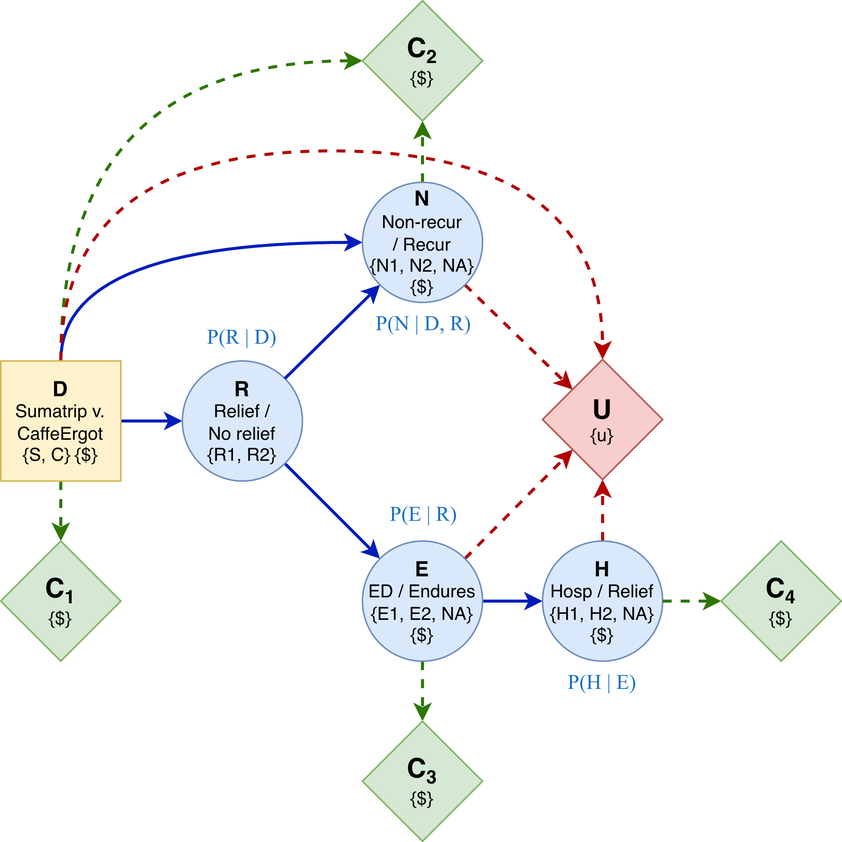
The draw.io diagram nb/Evans1997/img_evans1997_Influence_Diagram_V2.drawio.png in di4health/di4h, before a commit. Source tidied: cells renumbered, new cells last; positions are measured from the earlier drawing's top-left corner, leaving out a move shared by most shapes. Its diagram source:
```xml
<mxGraphModel>
  <root>
    <mxCell id="0" />
    <mxCell id="1" parent="0" />
    <mxCell id="2" style="rounded=0;jettySize=auto;html=1;entryX=1;entryY=0.5;entryDx=0;entryDy=0;fillColor=#0050ef;strokeColor=#001DBC;strokeWidth=2;exitX=0;exitY=0.5;exitDx=0;exitDy=0;fontColor=#1971C2;" parent="1" edge="1" source="7" target="16">
      <mxGeometry relative="1" as="geometry" />
    </mxCell>
    <mxCell id="3" style="edgeStyle=orthogonalEdgeStyle;rounded=0;jettySize=auto;html=1;exitX=0.5;exitY=1;exitDx=0;exitDy=0;entryX=1;entryY=0.5;entryDx=0;entryDy=0;curved=1;fillColor=#0050ef;strokeColor=#001DBC;strokeWidth=2;fontColor=#1971C2;" parent="1" edge="1" source="7" target="10">
      <mxGeometry relative="1" as="geometry" />
    </mxCell>
    <mxCell id="4" style="rounded=0;jettySize=auto;html=1;exitX=0.5;exitY=0;exitDx=0;exitDy=0;fillColor=#60a917;strokeColor=#2D7600;strokeWidth=2;dashed=1;entryX=0.5;entryY=1;entryDx=0;entryDy=0;" parent="1" edge="1" source="7" target="29">
      <mxGeometry relative="1" as="geometry" />
    </mxCell>
    <mxCell id="5" style="edgeStyle=orthogonalEdgeStyle;rounded=0;jettySize=auto;html=1;exitX=0.5;exitY=1;exitDx=0;exitDy=0;entryX=1;entryY=0.5;entryDx=0;entryDy=0;curved=1;fillColor=#60a917;strokeColor=#2D7600;dashed=1;strokeWidth=2;" parent="1" edge="1" source="7" target="28">
      <mxGeometry relative="1" as="geometry" />
    </mxCell>
    <mxCell id="6" style="edgeStyle=orthogonalEdgeStyle;rounded=0;jettySize=auto;html=1;exitX=0.5;exitY=1;exitDx=0;exitDy=0;entryX=0.5;entryY=1;entryDx=0;entryDy=0;curved=1;dashed=1;strokeWidth=2;fillColor=#e51400;strokeColor=#B20000;" parent="1" edge="1" source="7" target="24">
      <mxGeometry relative="1" as="geometry">
        <Array as="points">
          <mxPoint x="40" y="100" />
          <mxPoint x="401" y="100" />
        </Array>
      </mxGeometry>
    </mxCell>
    <mxCell id="7" value="&lt;div&gt;&lt;b&gt;&lt;font style=&quot;font-size: 14px;&quot;&gt;D&lt;/font&gt;&lt;/b&gt;&lt;/div&gt;&lt;div&gt;Sumatrip v.&lt;/div&gt;&lt;div&gt;CaffeErgot&lt;/div&gt;&lt;div&gt;{S, C} {$}&lt;/div&gt;" style="whiteSpace=wrap;html=1;flipH=1;legacyAnchorPoints=0;flipV=1;fillColor=#fff2cc;strokeColor=#d6b656;" parent="1" vertex="1">
      <mxGeometry y="240" width="80" height="80" as="geometry" />
    </mxCell>
    <mxCell id="8" style="rounded=0;jettySize=auto;html=1;exitX=0;exitY=0;exitDx=0;exitDy=0;fillColor=#e51400;strokeColor=#B20000;strokeWidth=2;dashed=1;entryX=1;entryY=1;entryDx=0;entryDy=0;" parent="1" edge="1" source="10" target="24">
      <mxGeometry relative="1" as="geometry" />
    </mxCell>
    <mxCell id="9" style="rounded=0;jettySize=auto;html=1;exitX=0.5;exitY=1;exitDx=0;exitDy=0;fillColor=#60a917;strokeColor=#2D7600;strokeWidth=2;entryX=0.5;entryY=0;entryDx=0;entryDy=0;dashed=1;" parent="1" edge="1" source="10" target="28">
      <mxGeometry relative="1" as="geometry" />
    </mxCell>
    <mxCell id="10" value="&lt;div&gt;&lt;b&gt;&lt;font style=&quot;font-size: 14px;&quot;&gt;N&lt;/font&gt;&lt;/b&gt;&lt;/div&gt;&lt;div&gt;Non-recur&lt;/div&gt;&lt;div&gt;/ Recur&lt;/div&gt;&lt;div&gt;{N1, N2, NA}&lt;/div&gt;&lt;div&gt;{$}&lt;/div&gt;" style="ellipse;whiteSpace=wrap;html=1;flipH=1;legacyAnchorPoints=0;flipV=1;fillColor=#dae8fc;strokeColor=#6c8ebf;" parent="1" vertex="1">
      <mxGeometry x="241" y="121" width="80" height="80" as="geometry" />
    </mxCell>
    <mxCell id="11" style="rounded=0;jettySize=auto;html=1;exitX=0;exitY=0.5;exitDx=0;exitDy=0;entryX=1;entryY=0.5;entryDx=0;entryDy=0;fillColor=#0050ef;strokeColor=#001DBC;strokeWidth=2;fontColor=#1971C2;" parent="1" edge="1" source="14" target="18">
      <mxGeometry relative="1" as="geometry" />
    </mxCell>
    <mxCell id="12" style="rounded=0;jettySize=auto;html=1;exitX=0;exitY=1;exitDx=0;exitDy=0;fillColor=#e51400;strokeColor=#B20000;strokeWidth=2;dashed=1;" parent="1" edge="1" source="14" target="24">
      <mxGeometry relative="1" as="geometry" />
    </mxCell>
    <mxCell id="13" style="rounded=0;jettySize=auto;html=1;exitX=0.5;exitY=0;exitDx=0;exitDy=0;fillColor=#60a917;strokeColor=#2D7600;strokeWidth=2;entryX=0.5;entryY=1;entryDx=0;entryDy=0;dashed=1;" parent="1" edge="1" source="14" target="27">
      <mxGeometry relative="1" as="geometry" />
    </mxCell>
    <mxCell id="14" value="&lt;div&gt;&lt;b&gt;&lt;font style=&quot;font-size: 14px;&quot;&gt;E&lt;/font&gt;&lt;/b&gt;&lt;/div&gt;&lt;div&gt;ED /&amp;nbsp;&lt;span style=&quot;background-color: transparent; color: light-dark(rgb(0, 0, 0), rgb(255, 255, 255));&quot;&gt;Endures&lt;/span&gt;&lt;/div&gt;&lt;div&gt;{E1, E2, NA}&lt;/div&gt;&lt;div&gt;{$}&lt;/div&gt;" style="ellipse;whiteSpace=wrap;html=1;flipH=1;legacyAnchorPoints=0;flipV=1;fillColor=#dae8fc;strokeColor=#6c8ebf;" parent="1" vertex="1">
      <mxGeometry x="241" y="360" width="80" height="80" as="geometry" />
    </mxCell>
    <mxCell id="15" style="rounded=0;jettySize=auto;html=1;exitX=0;exitY=0;exitDx=0;exitDy=0;entryX=1;entryY=1;entryDx=0;entryDy=0;fillColor=#0050ef;strokeColor=#001DBC;strokeWidth=2;fontColor=#1971C2;" parent="1" edge="1" source="16" target="14">
      <mxGeometry relative="1" as="geometry" />
    </mxCell>
    <mxCell id="16" value="&lt;div&gt;&lt;b&gt;&lt;font style=&quot;font-size: 14px;&quot;&gt;R&lt;/font&gt;&lt;/b&gt;&lt;/div&gt;&lt;div&gt;Relief /&lt;/div&gt;&lt;div&gt;No relief&lt;/div&gt;&lt;div&gt;&lt;span style=&quot;background-color: transparent; color: light-dark(rgb(0, 0, 0), rgb(255, 255, 255));&quot;&gt;{R1, R2}&lt;/span&gt;&lt;/div&gt;" style="ellipse;whiteSpace=wrap;html=1;flipH=1;legacyAnchorPoints=0;flipV=1;fillColor=#dae8fc;strokeColor=#6c8ebf;" parent="1" vertex="1">
      <mxGeometry x="121" y="240" width="80" height="80" as="geometry" />
    </mxCell>
    <mxCell id="17" style="rounded=0;jettySize=auto;html=1;exitX=0.5;exitY=1;exitDx=0;exitDy=0;fillColor=#e51400;strokeColor=#B20000;strokeWidth=2;entryX=0.5;entryY=0;entryDx=0;entryDy=0;dashed=1;" parent="1" edge="1" source="18" target="24">
      <mxGeometry relative="1" as="geometry" />
    </mxCell>
    <mxCell id="18" value="&lt;div&gt;&lt;b&gt;&lt;font style=&quot;font-size: 14px;&quot;&gt;H&lt;/font&gt;&lt;/b&gt;&lt;/div&gt;&lt;div&gt;Hosp / Relief&lt;/div&gt;&lt;div&gt;{H1, H2, NA}&lt;/div&gt;&lt;div&gt;{$}&lt;/div&gt;" style="ellipse;whiteSpace=wrap;html=1;flipH=1;legacyAnchorPoints=0;flipV=1;fillColor=#dae8fc;strokeColor=#6c8ebf;" parent="1" vertex="1">
      <mxGeometry x="361" y="360" width="80" height="80" as="geometry" />
    </mxCell>
    <mxCell id="19" style="rounded=0;jettySize=auto;html=1;entryX=1;entryY=0;entryDx=0;entryDy=0;exitX=0;exitY=1;exitDx=0;exitDy=0;fillColor=#0050ef;strokeColor=#001DBC;strokeWidth=2;" parent="1" edge="1" source="16" target="10">
      <mxGeometry relative="1" as="geometry" />
    </mxCell>
    <mxCell id="20" value="&lt;font style=&quot;font-size: 14px;&quot;&gt;P(R | D)&lt;/font&gt;" style="text;html=1;whiteSpace=wrap;strokeColor=none;fillColor=none;align=center;verticalAlign=middle;rounded=0;fontFamily=Times New Roman;fontColor=#1971C2;" parent="1" vertex="1">
      <mxGeometry x="131" y="210" width="60" height="30" as="geometry" />
    </mxCell>
    <mxCell id="21" value="&lt;font style=&quot;font-size: 14px;&quot;&gt;P(N | D, R)&lt;/font&gt;" style="text;html=1;whiteSpace=wrap;strokeColor=none;fillColor=none;align=center;verticalAlign=middle;rounded=0;fontFamily=Times New Roman;fontColor=#1971C2;" parent="1" vertex="1">
      <mxGeometry x="242" y="201" width="80" height="30" as="geometry" />
    </mxCell>
    <mxCell id="22" value="&lt;font style=&quot;font-size: 14px;&quot;&gt;P(E | R)&lt;/font&gt;" style="text;html=1;whiteSpace=wrap;strokeColor=none;fillColor=none;align=center;verticalAlign=middle;rounded=0;fontFamily=Times New Roman;fontColor=#1971C2;" parent="1" vertex="1">
      <mxGeometry x="242" y="328" width="80" height="30" as="geometry" />
    </mxCell>
    <mxCell id="23" value="&lt;font style=&quot;font-size: 14px;&quot;&gt;P(H | E)&lt;/font&gt;" style="text;html=1;whiteSpace=wrap;strokeColor=none;fillColor=none;align=center;verticalAlign=middle;rounded=0;fontFamily=Times New Roman;fontColor=#1971C2;" parent="1" vertex="1">
      <mxGeometry x="371" y="440" width="60" height="30" as="geometry" />
    </mxCell>
    <mxCell id="24" value="&lt;div&gt;&lt;b&gt;&lt;font style=&quot;font-size: 18px;&quot;&gt;U&lt;/font&gt;&lt;/b&gt;&lt;/div&gt;{u}" style="rhombus;whiteSpace=wrap;html=1;flipH=1;legacyAnchorPoints=0;flipV=1;fillColor=#f8cecc;strokeColor=#b85450;" parent="1" vertex="1">
      <mxGeometry x="361" y="239" width="80" height="80" as="geometry" />
    </mxCell>
    <mxCell id="25" style="endArrow=classic;html=1;rounded=0;exitX=0;exitY=0.5;exitDx=0;exitDy=0;fillColor=#60a917;strokeColor=#2D7600;strokeWidth=2;dashed=1;" parent="1" edge="1" source="18" target="26">
      <mxGeometry relative="1" as="geometry" />
    </mxCell>
    <mxCell id="26" value="&lt;div&gt;&lt;b&gt;&lt;font style=&quot;font-size: 18px;&quot;&gt;C&lt;/font&gt;&lt;font style=&quot;font-size: 15px;&quot;&gt;&lt;sub&gt;4&lt;/sub&gt;&lt;/font&gt;&lt;/b&gt;&lt;/div&gt;{$}" style="rhombus;whiteSpace=wrap;html=1;flipH=1;legacyAnchorPoints=0;flipV=1;fillColor=#d5e8d4;strokeColor=#82b366;" parent="1" vertex="1">
      <mxGeometry x="480" y="360" width="80" height="80" as="geometry" />
    </mxCell>
    <mxCell id="27" value="&lt;div&gt;&lt;b&gt;&lt;font style=&quot;font-size: 18px;&quot;&gt;C&lt;/font&gt;&lt;font style=&quot;font-size: 15px;&quot;&gt;&lt;sub&gt;3&lt;/sub&gt;&lt;/font&gt;&lt;/b&gt;&lt;/div&gt;{$}" style="rhombus;whiteSpace=wrap;html=1;flipH=1;legacyAnchorPoints=0;flipV=1;fillColor=#d5e8d4;strokeColor=#82b366;" parent="1" vertex="1">
      <mxGeometry x="241" y="480" width="80" height="80" as="geometry" />
    </mxCell>
    <mxCell id="28" value="&lt;div&gt;&lt;b&gt;&lt;font style=&quot;font-size: 18px;&quot;&gt;C&lt;/font&gt;&lt;font style=&quot;font-size: 15px;&quot;&gt;&lt;sub&gt;2&lt;/sub&gt;&lt;/font&gt;&lt;/b&gt;&lt;/div&gt;{$}" style="rhombus;whiteSpace=wrap;html=1;flipH=1;legacyAnchorPoints=0;flipV=1;fillColor=#d5e8d4;strokeColor=#82b366;" parent="1" vertex="1">
      <mxGeometry x="241" width="80" height="80" as="geometry" />
    </mxCell>
    <mxCell id="29" value="&lt;div&gt;&lt;b&gt;&lt;font style=&quot;font-size: 18px;&quot;&gt;C&lt;/font&gt;&lt;font style=&quot;font-size: 15px;&quot;&gt;&lt;sub&gt;1&lt;/sub&gt;&lt;/font&gt;&lt;/b&gt;&lt;/div&gt;{$}" style="rhombus;whiteSpace=wrap;html=1;flipH=1;legacyAnchorPoints=0;flipV=1;fillColor=#d5e8d4;strokeColor=#82b366;" parent="1" vertex="1">
      <mxGeometry y="360" width="80" height="80" as="geometry" />
    </mxCell>
  </root>
</mxGraphModel>
```
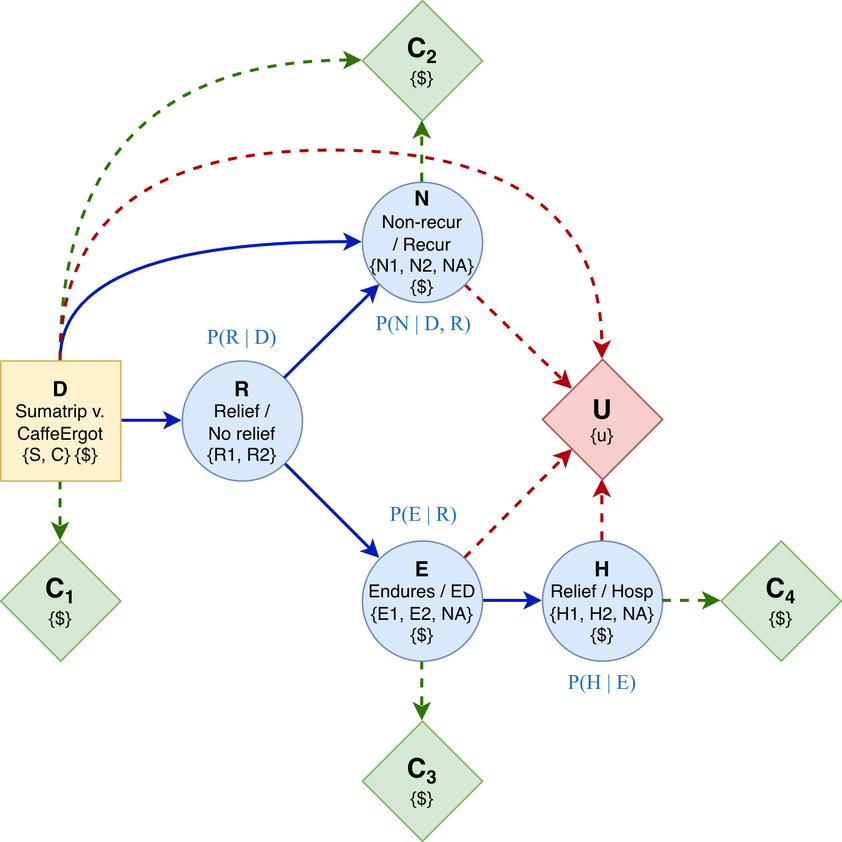
Above is the later version.

What changed in the source:
```diff
@@ -43,7 +43,7 @@
     <mxCell id="13" style="rounded=0;jettySize=auto;html=1;exitX=0.5;exitY=0;exitDx=0;exitDy=0;fillColor=#60a917;strokeColor=#2D7600;strokeWidth=2;entryX=0.5;entryY=1;entryDx=0;entryDy=0;dashed=1;" parent="1" edge="1" source="14" target="27">
       <mxGeometry relative="1" as="geometry" />
     </mxCell>
-    <mxCell id="14" value="&lt;div&gt;&lt;b&gt;&lt;font style=&quot;font-size: 14px;&quot;&gt;E&lt;/font&gt;&lt;/b&gt;&lt;/div&gt;&lt;div&gt;ED /&amp;nbsp;&lt;span style=&quot;background-color: transparent; color: light-dark(rgb(0, 0, 0), rgb(255, 255, 255));&quot;&gt;Endures&lt;/span&gt;&lt;/div&gt;&lt;div&gt;{E1, E2, NA}&lt;/div&gt;&lt;div&gt;{$}&lt;/div&gt;" style="ellipse;whiteSpace=wrap;html=1;flipH=1;legacyAnchorPoints=0;flipV=1;fillColor=#dae8fc;strokeColor=#6c8ebf;" parent="1" vertex="1">
+    <mxCell id="14" value="&lt;div&gt;&lt;b&gt;&lt;font style=&quot;font-size: 14px;&quot;&gt;E&lt;/font&gt;&lt;/b&gt;&lt;/div&gt;&lt;div&gt;&lt;span style=&quot;background-color: transparent; color: light-dark(rgb(0, 0, 0), rgb(255, 255, 255));&quot;&gt;Endures / ED&lt;/span&gt;&lt;/div&gt;&lt;div&gt;{E1, E2, NA}&lt;/div&gt;&lt;div&gt;{$}&lt;/div&gt;" style="ellipse;whiteSpace=wrap;html=1;flipH=1;legacyAnchorPoints=0;flipV=1;fillColor=#dae8fc;strokeColor=#6c8ebf;" parent="1" vertex="1">
       <mxGeometry x="241" y="360" width="80" height="80" as="geometry" />
     </mxCell>
     <mxCell id="15" style="rounded=0;jettySize=auto;html=1;exitX=0;exitY=0;exitDx=0;exitDy=0;entryX=1;entryY=1;entryDx=0;entryDy=0;fillColor=#0050ef;strokeColor=#001DBC;strokeWidth=2;fontColor=#1971C2;" parent="1" edge="1" source="16" target="14">
@@ -55,7 +55,7 @@
     <mxCell id="17" style="rounded=0;jettySize=auto;html=1;exitX=0.5;exitY=1;exitDx=0;exitDy=0;fillColor=#e51400;strokeColor=#B20000;strokeWidth=2;entryX=0.5;entryY=0;entryDx=0;entryDy=0;dashed=1;" parent="1" edge="1" source="18" target="24">
       <mxGeometry relative="1" as="geometry" />
     </mxCell>
-    <mxCell id="18" value="&lt;div&gt;&lt;b&gt;&lt;font style=&quot;font-size: 14px;&quot;&gt;H&lt;/font&gt;&lt;/b&gt;&lt;/div&gt;&lt;div&gt;Hosp / Relief&lt;/div&gt;&lt;div&gt;{H1, H2, NA}&lt;/div&gt;&lt;div&gt;{$}&lt;/div&gt;" style="ellipse;whiteSpace=wrap;html=1;flipH=1;legacyAnchorPoints=0;flipV=1;fillColor=#dae8fc;strokeColor=#6c8ebf;" parent="1" vertex="1">
+    <mxCell id="18" value="&lt;div&gt;&lt;b&gt;&lt;font style=&quot;font-size: 14px;&quot;&gt;H&lt;/font&gt;&lt;/b&gt;&lt;/div&gt;&lt;div&gt;Relief / Hosp&lt;/div&gt;&lt;div&gt;{H1, H2, NA}&lt;/div&gt;&lt;div&gt;{$}&lt;/div&gt;" style="ellipse;whiteSpace=wrap;html=1;flipH=1;legacyAnchorPoints=0;flipV=1;fillColor=#dae8fc;strokeColor=#6c8ebf;" parent="1" vertex="1">
       <mxGeometry x="361" y="360" width="80" height="80" as="geometry" />
     </mxCell>
     <mxCell id="19" style="rounded=0;jettySize=auto;html=1;entryX=1;entryY=0;entryDx=0;entryDy=0;exitX=0;exitY=1;exitDx=0;exitDy=0;fillColor=#0050ef;strokeColor=#001DBC;strokeWidth=2;" parent="1" edge="1" source="16" target="10">
```
